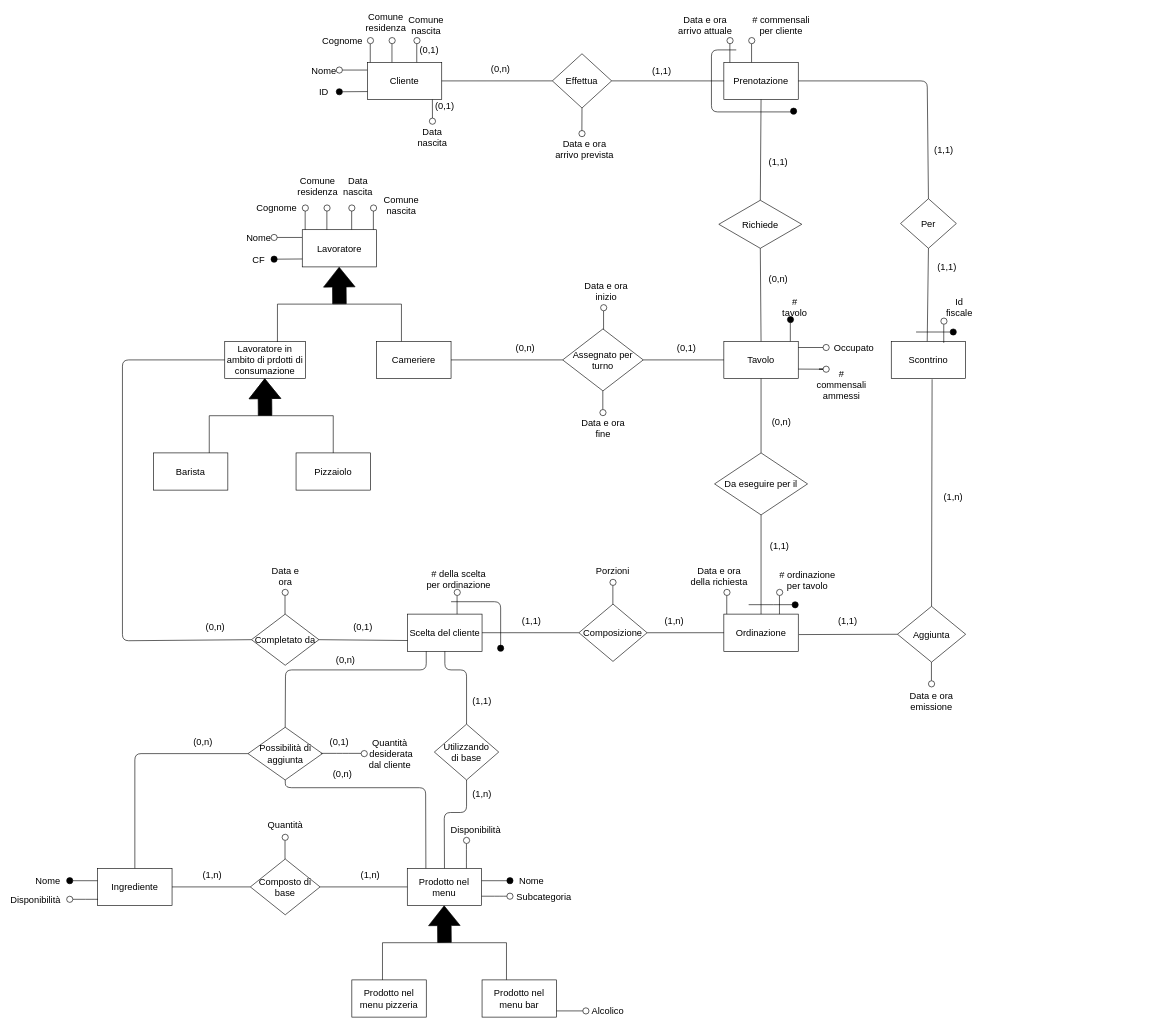
This is ERD/ERD_EditableDiagram.drawio from StefanoBelli/pizzeria, a draw.io file, before an edit. Source tidied: cells renumbered, new cells numbered last; positions are measured from the earlier drawing's top-left corner, leaving out a move shared by most shapes. Both pictures are drawn from the tidied source at 62%, with x=0, y=0 at pixel (23, 16).
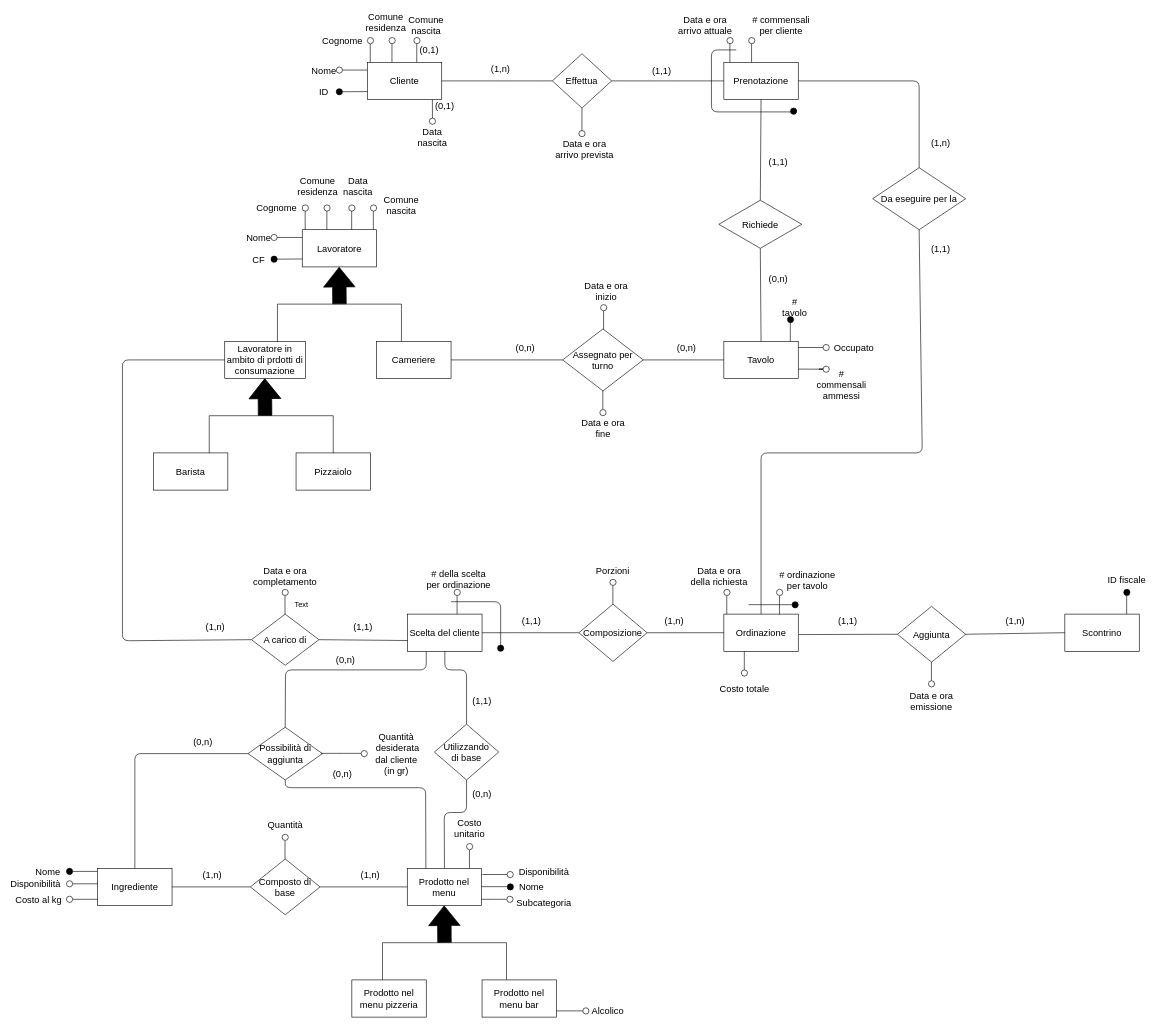
The same diagram, later.

Commit message (it also covers changes not shown here):
Update ERD_EditableDiagram.drawio (quality checks)

The change refers to these unchanged cells:
```xml
<mxCell id="4" value="Prenotazione" style="rounded=0;whiteSpace=wrap;html=1;strokeWidth=1;fontSize=15;" parent="1" vertex="1">
  <mxGeometry x="1130" y="75" width="120" height="60" as="geometry" />
</mxCell>
<mxCell id="6" value="Tavolo" style="rounded=0;whiteSpace=wrap;html=1;fontSize=15;" parent="1" vertex="1">
  <mxGeometry x="1130" y="525" width="120" height="60" as="geometry" />
</mxCell>
<mxCell id="28" value="Ordinazione" style="rounded=0;whiteSpace=wrap;html=1;strokeWidth=1;fontSize=15;" parent="1" vertex="1">
  <mxGeometry x="1130" y="965" width="120" height="60" as="geometry" />
</mxCell>
<mxCell id="31" value="&lt;div style=&quot;font-size: 15px;&quot;&gt;Aggiunta&lt;/div&gt;" style="rhombus;whiteSpace=wrap;html=1;fontSize=15;" parent="1" vertex="1">
  <mxGeometry x="1410" y="952.5" width="110" height="90" as="geometry" />
</mxCell>
<mxCell id="46" value="Prodotto nel menu" style="rounded=0;whiteSpace=wrap;html=1;fontSize=15;" parent="1" vertex="1">
  <mxGeometry x="619.4" y="1375" width="120" height="60" as="geometry" />
</mxCell>
```

The edit, as a diff of the source:
```diff
@@
-    <mxCell id="27" value="Da eseguire per il" style="rhombus;whiteSpace=wrap;html=1;fontSize=15;" parent="1" vertex="1">
-      <mxGeometry x="1115" y="705" width="150" height="100" as="geometry" />
+    <mxCell id="27" value="&lt;div&gt;Da eseguire per la&lt;/div&gt;" style="rhombus;whiteSpace=wrap;html=1;fontSize=15;" parent="1" vertex="1">
+      <mxGeometry x="1370" y="245" width="150" height="100" as="geometry" />
     </mxCell>
@@
-    <mxCell id="29" style="endArrow=none;html=1;fillColor=#000000;entryX=0.5;entryY=1;entryDx=0;entryDy=0;exitX=0.5;exitY=0;exitDx=0;exitDy=0;" parent="1" edge="1" source="27" target="6">
-      <mxGeometry relative="1" as="geometry" />
-    </mxCell>
     <mxCell id="30" style="endArrow=none;html=1;fillColor=#000000;entryX=0.5;entryY=1;entryDx=0;entryDy=0;exitX=0.5;exitY=0;exitDx=0;exitDy=0;fontSize=15;" parent="1" edge="1" source="28" target="27">
-      <mxGeometry relative="1" as="geometry" />
+      <mxGeometry relative="1" as="geometry">
+        <Array as="points">
+          <mxPoint x="1190" y="705" />
+          <mxPoint x="1450" y="705" />
+        </Array>
+      </mxGeometry>
     </mxCell>
@@
     <mxCell id="32" value="Scontrino" style="rounded=0;whiteSpace=wrap;html=1;strokeWidth=1;fontSize=15;" parent="1" vertex="1">
-      <mxGeometry x="1400" y="525" width="120" height="60" as="geometry" />
+      <mxGeometry x="1680" y="965" width="120" height="60" as="geometry" />
     </mxCell>
-    <mxCell id="33" value="Per" style="rhombus;whiteSpace=wrap;html=1;fontSize=15;" parent="1" vertex="1">
-      <mxGeometry x="1415" y="295" width="90" height="80" as="geometry" />
-    </mxCell>
@@
-    <mxCell id="35" style="endArrow=none;html=1;fillColor=#000000;entryX=0.549;entryY=1.02;entryDx=0;entryDy=0;exitX=0.5;exitY=0;exitDx=0;exitDy=0;entryPerimeter=0;" parent="1" edge="1" source="31" target="32">
-      <mxGeometry relative="1" as="geometry" />
-    </mxCell>
-    <mxCell id="36" style="endArrow=none;html=1;fillColor=#000000;entryX=0.5;entryY=1;entryDx=0;entryDy=0;fontSize=15;" parent="1" edge="1" target="33">
-      <mxGeometry relative="1" as="geometry">
-        <mxPoint x="1458" y="525" as="sourcePoint" />
-      </mxGeometry>
-    </mxCell>
-    <mxCell id="37" style="endArrow=none;html=1;fillColor=#000000;entryX=1;entryY=0.5;entryDx=0;entryDy=0;exitX=0.5;exitY=0;exitDx=0;exitDy=0;" parent="1" edge="1" source="33" target="4">
-      <mxGeometry relative="1" as="geometry">
-        <Array as="points">
-          <mxPoint x="1458" y="105" />
-        </Array>
-      </mxGeometry>
-    </mxCell>
@@
-    <mxCell id="40" value="&lt;div style=&quot;font-size: 15px;&quot;&gt;Completato da&lt;/div&gt;" style="rhombus;whiteSpace=wrap;html=1;fontSize=15;" parent="1" vertex="1">
+    <mxCell id="40" value="A carico di" style="rhombus;whiteSpace=wrap;html=1;fontSize=15;" parent="1" vertex="1">
       <mxGeometry x="368.1" y="965" width="108.8" height="82.5" as="geometry" />
     </mxCell>
@@
-    <mxCell id="118" style="endArrow=none;html=1;fillColor=#000000;fontSize=15;" parent="1" edge="1">
-      <mxGeometry relative="1" as="geometry">
-        <mxPoint x="1484.7" y="527.5" as="sourcePoint" />
-        <mxPoint x="1484.7" y="497.5" as="targetPoint" />
-      </mxGeometry>
-    </mxCell>
-    <mxCell id="119" style="ellipse;whiteSpace=wrap;html=1;fillColor=#FFFFFF;fontSize=15;" parent="1" vertex="1">
-      <mxGeometry x="1480" y="487.5" width="10" height="10" as="geometry" />
-    </mxCell>
-    <mxCell id="120" value="&lt;div style=&quot;font-size: 15px;&quot;&gt;Id fiscale&lt;br style=&quot;font-size: 15px;&quot;&gt;&lt;/div&gt;" style="text;html=1;strokeColor=none;fillColor=none;align=center;verticalAlign=middle;whiteSpace=wrap;rounded=0;fontSize=15;" parent="1" vertex="1">
-      <mxGeometry x="1480" y="460" width="60" height="20" as="geometry" />
-    </mxCell>
@@
-    <mxCell id="123" value="Data e ora" style="text;html=1;strokeColor=none;fillColor=none;align=center;verticalAlign=middle;whiteSpace=wrap;rounded=0;fontSize=15;" parent="1" vertex="1">
-      <mxGeometry x="388.8" y="892.5" width="67.5" height="20" as="geometry" />
+    <mxCell id="123" value="Data e ora completamento" style="text;html=1;strokeColor=none;fillColor=none;align=center;verticalAlign=middle;whiteSpace=wrap;rounded=0;fontSize=15;" parent="1" vertex="1">
+      <mxGeometry x="351.9" y="892.5" width="141.2" height="20" as="geometry" />
     </mxCell>
@@
-    <mxCell id="127" style="endArrow=none;html=1;fillColor=#000000;fontSize=15;" parent="1" edge="1" source="133">
+    <mxCell id="127" style="endArrow=none;html=1;fillColor=#000000;fontSize=15;" parent="1" edge="1">
       <mxGeometry relative="1" as="geometry">
-        <mxPoint x="789.4" y="1395" as="targetPoint" />
+        <mxPoint x="790" y="1410" as="sourcePoint" />
+        <mxPoint x="789.4" y="1410" as="targetPoint" />
       </mxGeometry>
     </mxCell>
     <mxCell id="128" value="Nome" style="text;html=1;strokeColor=none;fillColor=none;align=center;verticalAlign=middle;whiteSpace=wrap;rounded=0;fontSize=15;" parent="1" vertex="1">
-      <mxGeometry x="800" y="1385" width="40" height="20" as="geometry" />
+      <mxGeometry x="800" y="1395" width="40" height="20" as="geometry" />
     </mxCell>
@@
     <mxCell id="133" style="ellipse;whiteSpace=wrap;html=1;fillColor=#000000;fontSize=15;" parent="1" vertex="1">
-      <mxGeometry x="780" y="1390" width="10" height="10" as="geometry" />
+      <mxGeometry x="780.6" y="1400" width="10" height="10" as="geometry" />
     </mxCell>
-    <mxCell id="134" style="endArrow=none;html=1;fillColor=#000000;fontSize=15;" parent="1" edge="1" target="133">
+    <mxCell id="134" style="endArrow=none;html=1;fillColor=#000000;fontSize=15;" parent="1" edge="1">
       <mxGeometry relative="1" as="geometry">
-        <mxPoint x="739.4" y="1395" as="sourcePoint" />
+        <mxPoint x="739.4" y="1404.6" as="sourcePoint" />
+        <mxPoint x="780" y="1404.6" as="targetPoint" />
       </mxGeometry>
     </mxCell>
@@
     <mxCell id="139" style="ellipse;whiteSpace=wrap;html=1;direction=east;fillColor=#000000;fontSize=15;" parent="1" vertex="1">
-      <mxGeometry x="70" y="1390" width="10" height="10" as="geometry" />
+      <mxGeometry x="69.7" y="1375" width="10" height="10" as="geometry" />
     </mxCell>
     <mxCell id="140" style="endArrow=none;html=1;fillColor=#000000;entryX=1;entryY=0.5;entryDx=0;entryDy=0;exitX=0;exitY=0.25;exitDx=0;exitDy=0;fontSize=15;" parent="1" edge="1" target="139">
       <mxGeometry relative="1" as="geometry">
-        <mxPoint x="120" y="1395" as="sourcePoint" />
+        <mxPoint x="119.7" y="1380" as="sourcePoint" />
       </mxGeometry>
     </mxCell>
     <mxCell id="141" value="&lt;div style=&quot;font-size: 15px;&quot;&gt;Nome&lt;/div&gt;" style="text;html=1;strokeColor=none;fillColor=none;align=center;verticalAlign=middle;whiteSpace=wrap;rounded=0;direction=east;fontSize=15;" parent="1" vertex="1">
-      <mxGeometry x="20" y="1385" width="40" height="20" as="geometry" />
+      <mxGeometry x="19.7" y="1370" width="40" height="20" as="geometry" />
     </mxCell>
@@
-    <mxCell id="144" style="endArrow=none;html=1;fillColor=#000000;entryX=0;entryY=0.5;entryDx=0;entryDy=0;fontSize=15;" parent="1" edge="1" target="145">
-      <mxGeometry relative="1" as="geometry">
-        <mxPoint x="1440" y="510" as="sourcePoint" />
-      </mxGeometry>
-    </mxCell>
-    <mxCell id="145" style="ellipse;whiteSpace=wrap;html=1;fillColor=#000000;fontSize=15;" parent="1" vertex="1">
-      <mxGeometry x="1495" y="505" width="10" height="10" as="geometry" />
-    </mxCell>
@@
-    <mxCell id="165" style="endArrow=none;html=1;fillColor=#000000;exitX=1;exitY=0.75;exitDx=0;exitDy=0;fontSize=15;" parent="1" edge="1" source="46">
+    <mxCell id="165" style="endArrow=none;html=1;fillColor=#000000;exitX=1;exitY=0.75;exitDx=0;exitDy=0;fontSize=15;" parent="1" edge="1">
       <mxGeometry relative="1" as="geometry">
-        <mxPoint x="780" y="1420" as="targetPoint" />
+        <mxPoint x="739.4" y="1425" as="sourcePoint" />
+        <mxPoint x="780" y="1425" as="targetPoint" />
         <Array as="points">
-          <mxPoint x="770" y="1420" />
+          <mxPoint x="770" y="1425" />
         </Array>
       </mxGeometry>
     </mxCell>
     <mxCell id="166" value="Subcategoria" style="text;html=1;strokeColor=none;fillColor=none;align=center;verticalAlign=middle;whiteSpace=wrap;rounded=0;direction=east;fontSize=15;" parent="1" vertex="1">
-      <mxGeometry x="820" y="1410" width="40" height="20" as="geometry" />
+      <mxGeometry x="820" y="1420" width="40" height="20" as="geometry" />
     </mxCell>
     <mxCell id="167" style="ellipse;whiteSpace=wrap;html=1;fillColor=#FFFFFF;fontSize=15;" parent="1" vertex="1">
-      <mxGeometry x="780" y="1415" width="10" height="10" as="geometry" />
+      <mxGeometry x="780" y="1420" width="10" height="10" as="geometry" />
     </mxCell>
     <mxCell id="168" style="endArrow=none;html=1;fillColor=#000000;exitX=1;exitY=0.75;exitDx=0;exitDy=0;fontSize=15;" parent="1" edge="1">
       <mxGeometry relative="1" as="geometry">
-        <mxPoint x="80" y="1425" as="sourcePoint" />
-        <mxPoint x="120.6" y="1425" as="targetPoint" />
+        <mxPoint x="79.7" y="1400" as="sourcePoint" />
+        <mxPoint x="120.3" y="1400" as="targetPoint" />
         <Array as="points">
-          <mxPoint x="110.6" y="1425" />
+          <mxPoint x="110.3" y="1400" />
         </Array>
       </mxGeometry>
     </mxCell>
     <mxCell id="169" style="ellipse;whiteSpace=wrap;html=1;fillColor=#FFFFFF;fontSize=15;" parent="1" vertex="1">
-      <mxGeometry x="70" y="1420" width="10" height="10" as="geometry" />
+      <mxGeometry x="69.7" y="1395" width="10" height="10" as="geometry" />
     </mxCell>
     <mxCell id="170" value="&lt;div style=&quot;font-size: 15px;&quot;&gt;Disponibilità&lt;/div&gt;" style="text;html=1;strokeColor=none;fillColor=none;align=center;verticalAlign=middle;whiteSpace=wrap;rounded=0;direction=east;fontSize=15;" parent="1" vertex="1">
-      <mxGeometry y="1415" width="40" height="20" as="geometry" />
+      <mxGeometry x="-0.3" y="1390" width="40" height="20" as="geometry" />
     </mxCell>
-    <mxCell id="171" style="endArrow=none;html=1;fillColor=#000000;fontSize=15;" parent="1" edge="1">
-      <mxGeometry relative="1" as="geometry">
-        <mxPoint x="714.8" y="1375" as="sourcePoint" />
-        <mxPoint x="714.8" y="1335" as="targetPoint" />
-        <Array as="points">
-          <mxPoint x="714.8" y="1355" />
-        </Array>
-      </mxGeometry>
-    </mxCell>
     <mxCell id="172" value="&lt;div style=&quot;font-size: 15px;&quot;&gt;Disponibilità&lt;/div&gt;" style="text;html=1;strokeColor=none;fillColor=none;align=center;verticalAlign=middle;whiteSpace=wrap;rounded=0;direction=east;fontSize=15;" parent="1" vertex="1">
-      <mxGeometry x="710" y="1302.5" width="40" height="20" as="geometry" />
+      <mxGeometry x="820" y="1370" width="40" height="20" as="geometry" />
     </mxCell>
-    <mxCell id="173" style="ellipse;whiteSpace=wrap;html=1;fillColor=#FFFFFF;fontSize=15;" parent="1" vertex="1">
-      <mxGeometry x="710" y="1325" width="10" height="10" as="geometry" />
-    </mxCell>
@@
-    <mxCell id="179" value="&lt;div style=&quot;font-size: 15px;&quot;&gt;Quantità&lt;/div&gt;&amp;nbsp;desiderata dal cliente" style="text;html=1;strokeColor=none;fillColor=none;align=center;verticalAlign=middle;whiteSpace=wrap;rounded=0;fontSize=15;" parent="1" vertex="1">
-      <mxGeometry x="564.4" y="1180" width="55" height="20" as="geometry" />
+    <mxCell id="179" value="&lt;div style=&quot;font-size: 15px&quot;&gt;Quantità&lt;/div&gt;&amp;nbsp;desiderata dal cliente (in gr)" style="text;html=1;strokeColor=none;fillColor=none;align=center;verticalAlign=middle;whiteSpace=wrap;rounded=0;fontSize=15;" parent="1" vertex="1">
+      <mxGeometry x="564.4" y="1180" width="75.6" height="20" as="geometry" />
     </mxCell>
@@
-    <mxCell id="181" value="(0,n)" style="text;html=1;strokeColor=none;fillColor=none;align=center;verticalAlign=middle;whiteSpace=wrap;rounded=0;fontSize=15;" parent="1" vertex="1">
+    <mxCell id="181" value="(1,n)" style="text;html=1;strokeColor=none;fillColor=none;align=center;verticalAlign=middle;whiteSpace=wrap;rounded=0;fontSize=15;" parent="1" vertex="1">
       <mxGeometry x="750" y="75" width="40" height="20" as="geometry" />
     </mxCell>
@@
-    <mxCell id="185" value="(0,1)" style="text;html=1;strokeColor=none;fillColor=none;align=center;verticalAlign=middle;whiteSpace=wrap;rounded=0;fontSize=15;" parent="1" vertex="1">
+    <mxCell id="185" value="&lt;div&gt;(0,n)&lt;/div&gt;" style="text;html=1;strokeColor=none;fillColor=none;align=center;verticalAlign=middle;whiteSpace=wrap;rounded=0;fontSize=15;" parent="1" vertex="1">
       <mxGeometry x="1050" y="525" width="40" height="20" as="geometry" />
     </mxCell>
-    <mxCell id="186" value="(1,1)" style="text;html=1;strokeColor=none;fillColor=none;align=center;verticalAlign=middle;whiteSpace=wrap;rounded=0;fontSize=15;" parent="1" vertex="1">
-      <mxGeometry x="1465" y="205" width="40" height="20" as="geometry" />
-    </mxCell>
-    <mxCell id="187" value="(1,1)" style="text;html=1;strokeColor=none;fillColor=none;align=center;verticalAlign=middle;whiteSpace=wrap;rounded=0;fontSize=15;" parent="1" vertex="1">
-      <mxGeometry x="1470" y="394.2" width="40" height="20" as="geometry" />
-    </mxCell>
@@
     <mxCell id="189" value="(1,1)" style="text;html=1;strokeColor=none;fillColor=none;align=center;verticalAlign=middle;whiteSpace=wrap;rounded=0;fontSize=15;" parent="1" vertex="1">
-      <mxGeometry x="1200" y="845" width="40" height="20" as="geometry" />
+      <mxGeometry x="1460" y="365" width="40" height="20" as="geometry" />
     </mxCell>
@@
     <mxCell id="192" value="(1,n)" style="text;html=1;strokeColor=none;fillColor=none;align=center;verticalAlign=middle;whiteSpace=wrap;rounded=0;fontSize=15;" parent="1" vertex="1">
-      <mxGeometry x="1480" y="765" width="40" height="20" as="geometry" />
+      <mxGeometry x="1580" y="965" width="40" height="20" as="geometry" />
     </mxCell>
-    <mxCell id="193" value="(0,n)" style="text;html=1;strokeColor=none;fillColor=none;align=center;verticalAlign=middle;whiteSpace=wrap;rounded=0;fontSize=15;" parent="1" vertex="1">
-      <mxGeometry x="1202.5" y="645" width="40" height="20" as="geometry" />
+    <mxCell id="193" value="(1,n)" style="text;html=1;strokeColor=none;fillColor=none;align=center;verticalAlign=middle;whiteSpace=wrap;rounded=0;fontSize=15;" parent="1" vertex="1">
+      <mxGeometry x="1460" y="195" width="40" height="20" as="geometry" />
     </mxCell>
@@
-    <mxCell id="196" value="(1,n)" style="text;html=1;strokeColor=none;fillColor=none;align=center;verticalAlign=middle;whiteSpace=wrap;rounded=0;fontSize=15;" parent="1" vertex="1">
+    <mxCell id="196" value="(0,n)" style="text;html=1;strokeColor=none;fillColor=none;align=center;verticalAlign=middle;whiteSpace=wrap;rounded=0;fontSize=15;" parent="1" vertex="1">
       <mxGeometry x="720" y="1245" width="40" height="20" as="geometry" />
     </mxCell>
@@
-    <mxCell id="202" value="(0,1)" style="text;html=1;strokeColor=none;fillColor=none;align=center;verticalAlign=middle;whiteSpace=wrap;rounded=0;fontSize=15;" parent="1" vertex="1">
+    <mxCell id="202" value="(1,1)" style="text;html=1;strokeColor=none;fillColor=none;align=center;verticalAlign=middle;whiteSpace=wrap;rounded=0;fontSize=15;" parent="1" vertex="1">
       <mxGeometry x="527.5" y="975" width="40" height="20" as="geometry" />
     </mxCell>
-    <mxCell id="203" value="(0,n)" style="text;html=1;strokeColor=none;fillColor=none;align=center;verticalAlign=middle;whiteSpace=wrap;rounded=0;fontSize=15;" parent="1" vertex="1">
+    <mxCell id="203" value="(1,n)" style="text;html=1;strokeColor=none;fillColor=none;align=center;verticalAlign=middle;whiteSpace=wrap;rounded=0;fontSize=15;" parent="1" vertex="1">
       <mxGeometry x="290" y="975" width="40" height="20" as="geometry" />
     </mxCell>
@@
-    <mxCell id="206" value="(0,1)" style="text;html=1;strokeColor=none;fillColor=none;align=center;verticalAlign=middle;whiteSpace=wrap;rounded=0;fontSize=15;" parent="1" vertex="1">
-      <mxGeometry x="490" y="1160" width="40" height="20" as="geometry" />
-    </mxCell>
+    <mxCell id="207" value="Text" style="text;html=1;strokeColor=none;fillColor=none;align=center;verticalAlign=middle;whiteSpace=wrap;rounded=0;" parent="1" vertex="1">
+      <mxGeometry x="428.8" y="940" width="40" height="20" as="geometry" />
+    </mxCell>
+    <mxCell id="35" style="endArrow=none;html=1;exitX=1;exitY=0.5;exitDx=0;exitDy=0;entryX=0;entryY=0.5;entryDx=0;entryDy=0;" parent="1" edge="1" source="31" target="32">
+      <mxGeometry relative="1" as="geometry" />
+    </mxCell>
+    <mxCell id="208" style="endArrow=none;html=1;fillColor=#000000;fontSize=15;" parent="1" edge="1">
+      <mxGeometry relative="1" as="geometry">
+        <mxPoint x="1779.7" y="965" as="sourcePoint" />
+        <mxPoint x="1779.7" y="935" as="targetPoint" />
+      </mxGeometry>
+    </mxCell>
+    <mxCell id="209" style="ellipse;whiteSpace=wrap;html=1;fillColor=#000000;fontSize=15;" parent="1" vertex="1">
+      <mxGeometry x="1775" y="925" width="10" height="10" as="geometry" />
+    </mxCell>
+    <mxCell id="210" value="ID fiscale" style="text;html=1;strokeColor=none;fillColor=none;align=center;verticalAlign=middle;whiteSpace=wrap;rounded=0;fontSize=15;" parent="1" vertex="1">
+      <mxGeometry x="1740" y="898.8" width="80" height="20" as="geometry" />
+    </mxCell>
+    <mxCell id="211" style="endArrow=none;html=1;entryX=1;entryY=0.5;entryDx=0;entryDy=0;exitX=0.5;exitY=0;exitDx=0;exitDy=0;" parent="1" edge="1" source="27" target="4">
+      <mxGeometry relative="1" as="geometry">
+        <Array as="points">
+          <mxPoint x="1445" y="105" />
+        </Array>
+      </mxGeometry>
+    </mxCell>
+    <mxCell id="212" style="endArrow=none;html=1;fillColor=#000000;fontSize=15;" parent="1" edge="1">
+      <mxGeometry relative="1" as="geometry">
+        <mxPoint x="1163" y="1055" as="sourcePoint" />
+        <mxPoint x="1163" y="1025" as="targetPoint" />
+      </mxGeometry>
+    </mxCell>
+    <mxCell id="213" style="ellipse;whiteSpace=wrap;html=1;fontSize=15;" parent="1" vertex="1">
+      <mxGeometry x="1158.1" y="1055" width="10" height="10" as="geometry" />
+    </mxCell>
+    <mxCell id="214" value="Costo totale" style="text;html=1;strokeColor=none;fillColor=none;align=center;verticalAlign=middle;whiteSpace=wrap;rounded=0;fontSize=15;" parent="1" vertex="1">
+      <mxGeometry x="1121.9" y="1075" width="82.5" height="20" as="geometry" />
+    </mxCell>
+    <mxCell id="215" style="endArrow=none;html=1;fillColor=#000000;fontSize=15;" parent="1" edge="1" source="216">
+      <mxGeometry relative="1" as="geometry">
+        <mxPoint x="790.4" y="1385" as="targetPoint" />
+      </mxGeometry>
+    </mxCell>
+    <mxCell id="216" style="ellipse;whiteSpace=wrap;html=1;fontSize=15;" parent="1" vertex="1">
+      <mxGeometry x="780.4" y="1380" width="10" height="10" as="geometry" />
+    </mxCell>
+    <mxCell id="217" style="endArrow=none;html=1;fillColor=#000000;fontSize=15;" parent="1" edge="1" target="216">
+      <mxGeometry relative="1" as="geometry">
+        <mxPoint x="740.4" y="1385" as="sourcePoint" />
+      </mxGeometry>
+    </mxCell>
+    <mxCell id="218" style="endArrow=none;html=1;fillColor=#000000;fontSize=15;" parent="1" edge="1">
+      <mxGeometry relative="1" as="geometry">
+        <mxPoint x="719.7" y="1375" as="sourcePoint" />
+        <mxPoint x="719.7" y="1345" as="targetPoint" />
+      </mxGeometry>
+    </mxCell>
+    <mxCell id="219" style="ellipse;whiteSpace=wrap;html=1;fontSize=15;" parent="1" vertex="1">
+      <mxGeometry x="715" y="1335" width="10" height="10" as="geometry" />
+    </mxCell>
+    <mxCell id="220" value="Costo unitario" style="text;html=1;strokeColor=none;fillColor=none;align=center;verticalAlign=middle;whiteSpace=wrap;rounded=0;fontSize=15;" parent="1" vertex="1">
+      <mxGeometry x="690" y="1300" width="60" height="20" as="geometry" />
+    </mxCell>
+    <mxCell id="221" style="ellipse;whiteSpace=wrap;html=1;direction=east;fontSize=15;" parent="1" vertex="1">
+      <mxGeometry x="69.7" y="1420" width="10" height="10" as="geometry" />
+    </mxCell>
+    <mxCell id="222" style="endArrow=none;html=1;fillColor=#000000;entryX=1;entryY=0.5;entryDx=0;entryDy=0;exitX=0;exitY=0.25;exitDx=0;exitDy=0;fontSize=15;" parent="1" edge="1" target="221">
+      <mxGeometry relative="1" as="geometry">
+        <mxPoint x="119.7" y="1425" as="sourcePoint" />
+      </mxGeometry>
+    </mxCell>
+    <mxCell id="223" value="Costo al kg" style="text;html=1;strokeColor=none;fillColor=none;align=center;verticalAlign=middle;whiteSpace=wrap;rounded=0;direction=east;fontSize=15;" parent="1" vertex="1">
+      <mxGeometry x="-20" y="1415" width="89.7" height="20" as="geometry" />
+    </mxCell>
```
